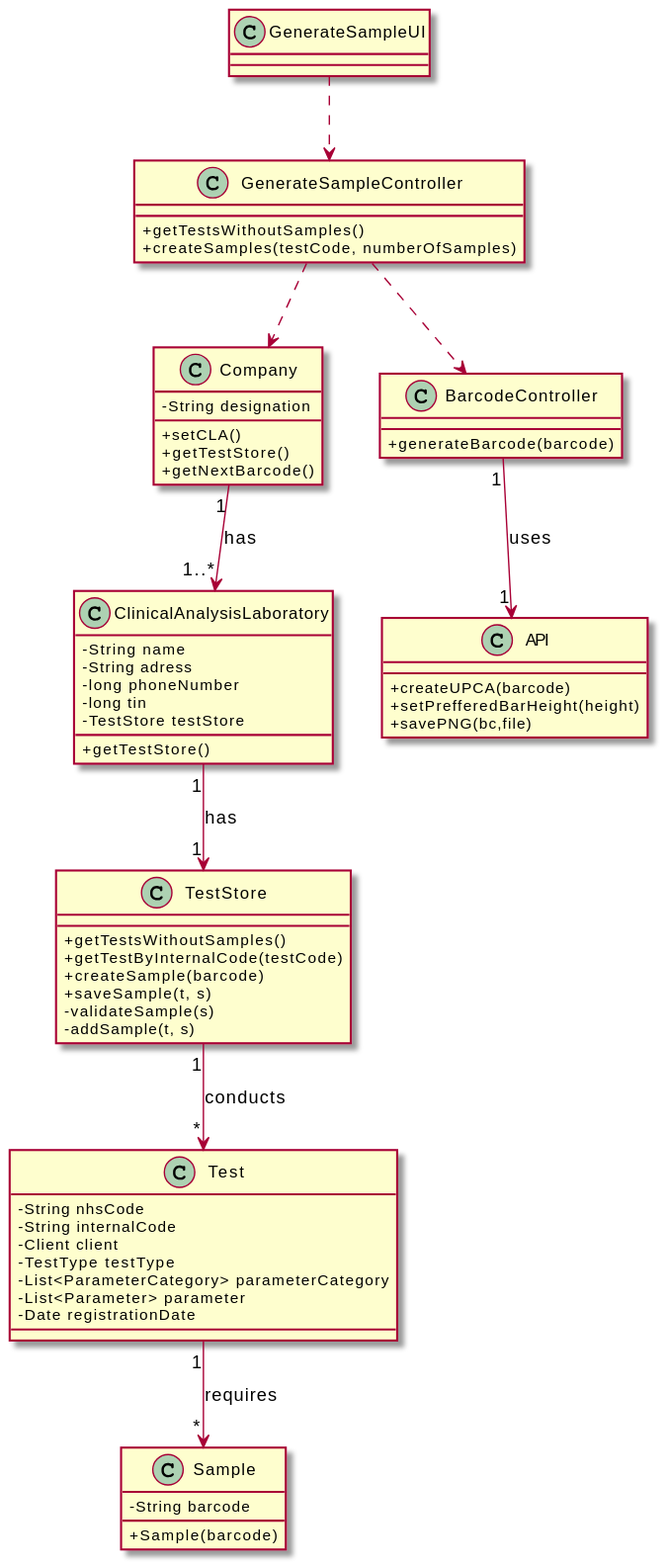
The PlantUML diagram docs/SprintD/US_2/UC2_CD.svg in RuiRioPina/LAPR2-20-21, before a commit.
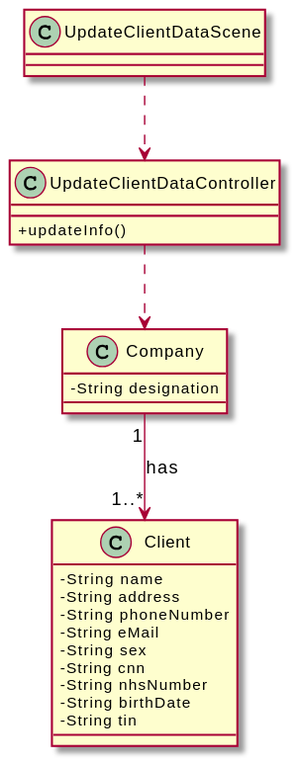
Above is the later version.

Change to the diagram source:
```diff
@@ -4,68 +4,28 @@
 class Company
 {
   -String designation
-  +setCLA()
-  +getTestStore()
-  +getNextBarcode()
 }
 
-class ClinicalAnalysisLaboratory {
+class Client {
   -String name
-  -String adress
-  -long phoneNumber
-  -long tin
-  -TestStore testStore
-  +getTestStore()
+  -String address
+  -String phoneNumber
+  -String eMail
+  -String sex
+  -String cnn
+  -String nhsNumber
+  -String birthDate
+  -String tin
 }
 
-class Test {
-  -String nhsCode
-  -String internalCode
-  -Client client
-  -TestType testType
-  -List<ParameterCategory> parameterCategory
-  -List<Parameter> parameter
-  -Date registrationDate
+class UpdateClientDataController {
+  +updateInfo()
 }
 
-class Sample {
-  -String barcode
-  +Sample(barcode)
+class UpdateClientDataScene {
 }
 
-class TestStore {
-  +getTestsWithoutSamples()
-  +getTestByInternalCode(testCode)
-  +createSample(barcode)
-  +saveSample(t, s)
-  -validateSample(s)
-  -addSample(t, s)
-}
-
-class BarcodeController {
-  +generateBarcode(barcode)
-}
-
-class API {
-  +createUPCA(barcode)
-  +setPrefferedBarHeight(height)
-  +savePNG(bc,file)
-}
-
-class GenerateSampleUI {
-}
-
-class GenerateSampleController {
-  +getTestsWithoutSamples()
-  +createSamples(testCode, numberOfSamples)
-}
-
-GenerateSampleUI ..> GenerateSampleController
-GenerateSampleController ..> Company
-GenerateSampleController ..> BarcodeController
-Company "1" --> "1..*" ClinicalAnalysisLaboratory : has
-ClinicalAnalysisLaboratory "1" --> "1" TestStore : has
-TestStore "1" --> "*" Test : conducts
-Test "1" --> "*" Sample : requires
-BarcodeController "1" --> "1" API : uses
+UpdateClientDataScene ..> UpdateClientDataController
+UpdateClientDataController ..> Company
+Company "1" --> "1..*" Client: has
 @enduml
```
